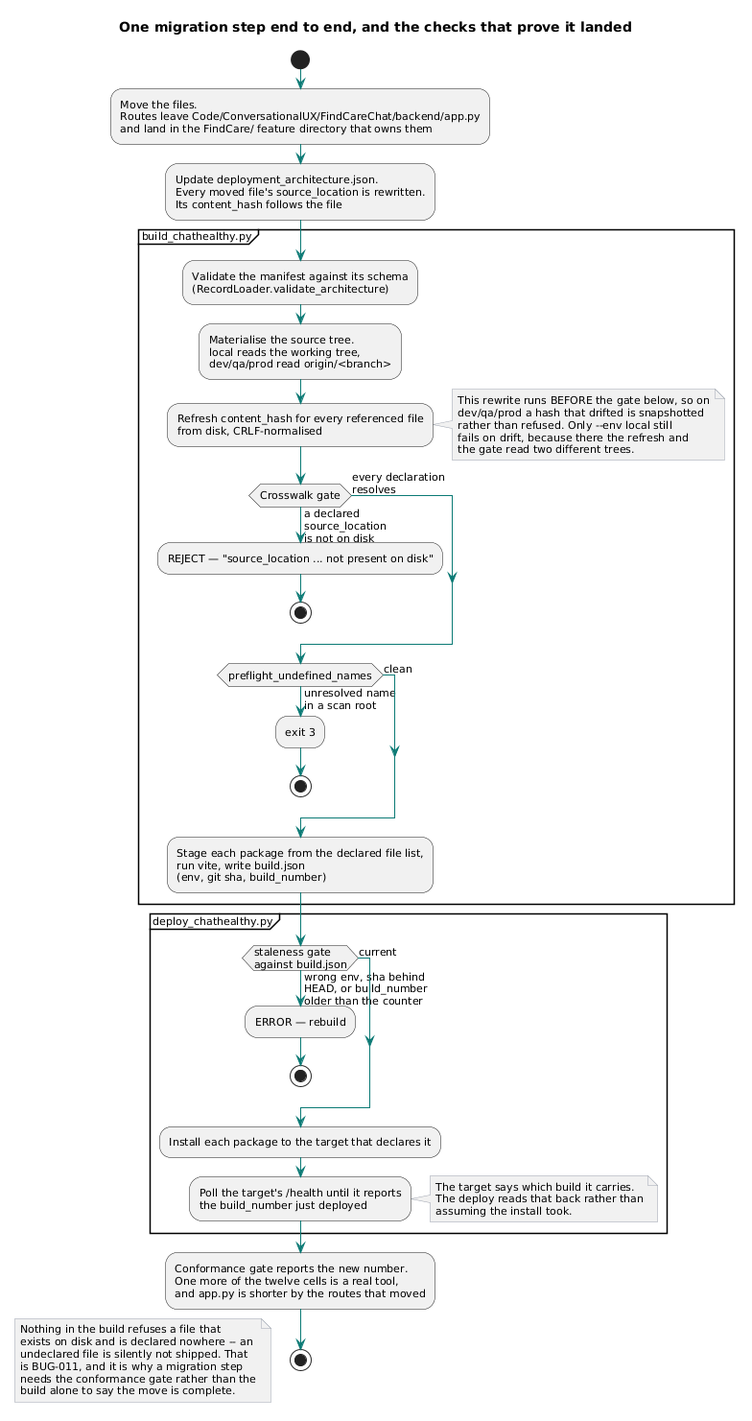
The PlantUML diagram brain/machine_artifacts/diagramsAndImages/rendered/mig_step.png in SkipSnow/ChatHealthyRepo, before a commit.
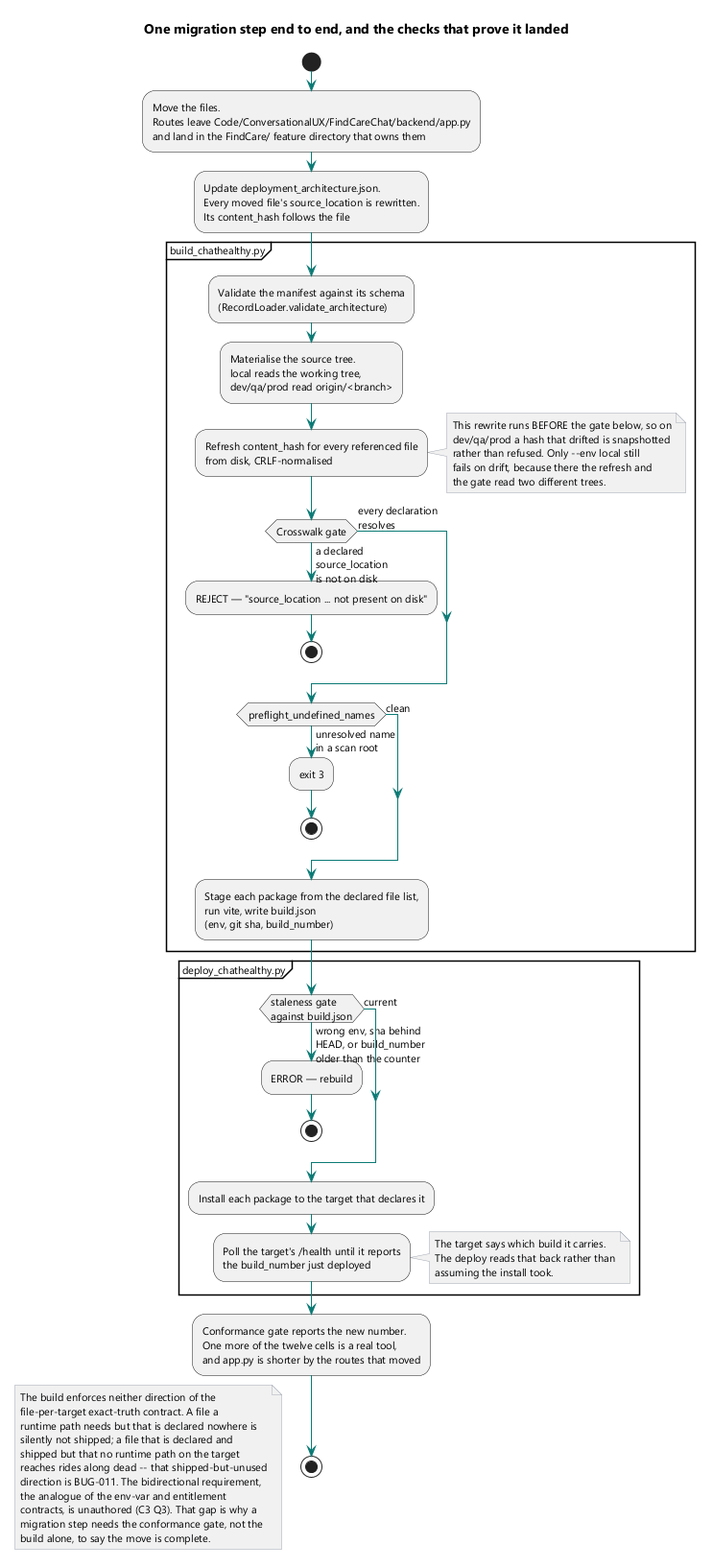
After the change.

The edit, as a diff of the source:
```diff
@@ -63,11 +63,17 @@
 stop
 
 floating note left
-  Nothing in the build refuses a file that
-  exists on disk and is declared nowhere -- an
-  undeclared file is silently not shipped. That
-  is BUG-011, and it is why a migration step
-  needs the conformance gate rather than the
-  build alone to say the move is complete.
+  The build enforces neither direction of the
+  file-per-target exact-truth contract. A file a
+  runtime path needs but that is declared nowhere is
+  silently not shipped; a file that is declared and
+  shipped but that no runtime path on the target
+  reaches rides along dead -- that shipped-but-unused
+  direction is BUG-011. The bidirectional requirement,
+  the analogue of the env-var and entitlement
+  contracts, is unauthored (C3 Q3). That gap is why a
+  migration step needs the conformance gate, not the
+  build alone, to say the move is complete.
 end note
+
 @enduml
```
